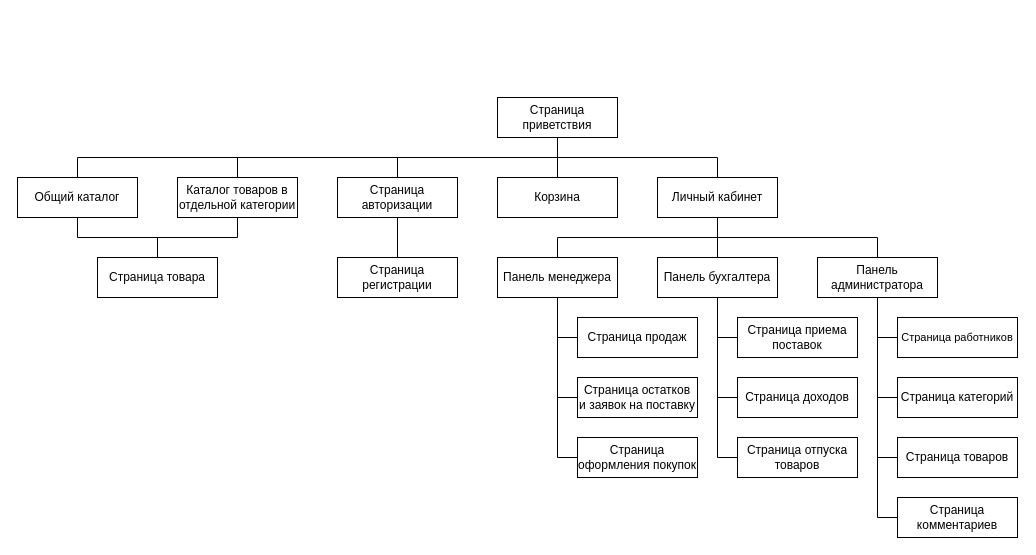
Above: other/Сайт.drawio in chidleev/MyRoom2 (draw.io), before the change. Source tidied: cells renumbered, new cells numbered last; positions are measured from the earlier drawing's top-left corner, leaving out a move shared by most shapes. Both pictures are drawn from the tidied source at 100%, with x=0, y=0 at pixel (17, 97).
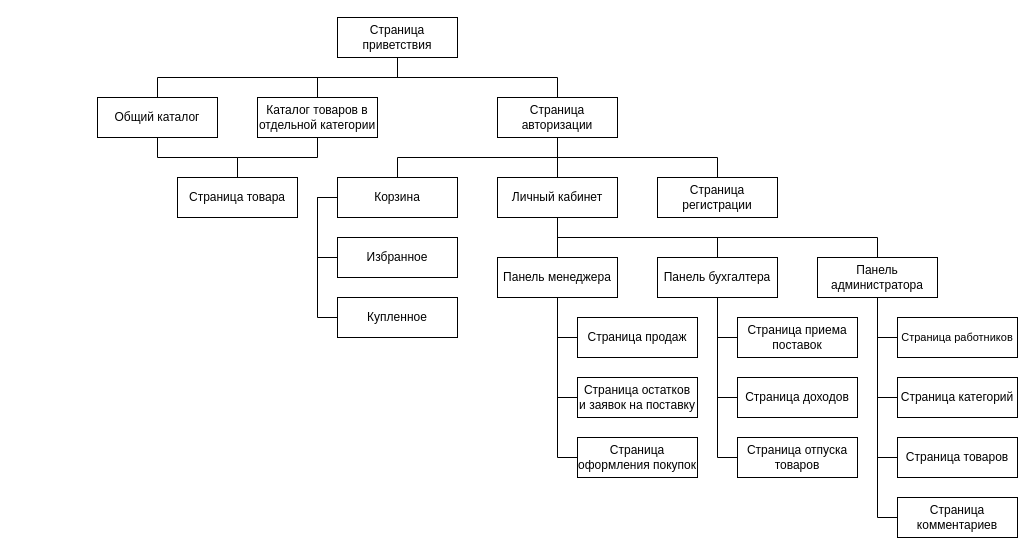
After the change.

What changed in the source:
```diff
@@
+    <mxCell id="3" style="edgeStyle=orthogonalEdgeStyle;rounded=0;jettySize=auto;html=1;exitX=0.5;exitY=1;exitDx=0;exitDy=0;entryX=0.5;entryY=0;entryDx=0;entryDy=0;endArrow=none;endFill=0;" parent="1" edge="1" source="7" target="11">
+      <mxGeometry relative="1" as="geometry" />
+    </mxCell>
@@
-    <mxCell id="3" style="edgeStyle=orthogonalEdgeStyle;rounded=0;jettySize=auto;html=1;exitX=0.5;exitY=1;exitDx=0;exitDy=0;entryX=0.5;entryY=0;entryDx=0;entryDy=0;endArrow=none;endFill=0;" parent="1" edge="1" source="7" target="11">
-      <mxGeometry relative="1" as="geometry" />
-    </mxCell>
@@
-    <mxCell id="5" style="edgeStyle=orthogonalEdgeStyle;rounded=0;jettySize=auto;html=1;exitX=0.5;exitY=1;exitDx=0;exitDy=0;entryX=0.5;entryY=0;entryDx=0;entryDy=0;endArrow=none;endFill=0;" parent="1" edge="1" source="7" target="15">
-      <mxGeometry relative="1" as="geometry" />
-    </mxCell>
-    <mxCell id="6" style="edgeStyle=orthogonalEdgeStyle;rounded=0;jettySize=auto;html=1;exitX=0.5;exitY=1;exitDx=0;exitDy=0;entryX=0.5;entryY=0;entryDx=0;entryDy=0;endArrow=none;endFill=0;" parent="1" edge="1" source="7" target="19">
-      <mxGeometry relative="1" as="geometry" />
-    </mxCell>
     <mxCell id="7" value="Страница приветствия" style="rounded=0;whiteSpace=wrap;html=1;" parent="1" vertex="1">
-      <mxGeometry x="480" width="120" height="40" as="geometry" />
+      <mxGeometry x="320" y="-80" width="120" height="40" as="geometry" />
     </mxCell>
@@
     <mxCell id="9" value="Общий каталог" style="rounded=0;whiteSpace=wrap;html=1;" parent="1" vertex="1">
-      <mxGeometry y="80" width="120" height="40" as="geometry" />
+      <mxGeometry x="80" width="120" height="40" as="geometry" />
     </mxCell>
-    <mxCell id="10" style="edgeStyle=orthogonalEdgeStyle;rounded=0;jettySize=auto;html=1;exitX=0.5;exitY=1;exitDx=0;exitDy=0;entryX=0.5;entryY=0;entryDx=0;entryDy=0;fontSize=9;endArrow=none;endFill=0;" parent="1" edge="1" source="11" target="43">
+    <mxCell id="10" style="edgeStyle=orthogonalEdgeStyle;rounded=0;jettySize=auto;html=1;entryX=0.5;entryY=0;entryDx=0;entryDy=0;fontSize=9;endArrow=none;endFill=0;" parent="1" edge="1" source="11" target="43">
       <mxGeometry relative="1" as="geometry" />
     </mxCell>
     <mxCell id="11" value="Каталог товаров в отдельной категории" style="whiteSpace=wrap;html=1;rounded=0;" parent="1" vertex="1">
-      <mxGeometry x="160" y="80" width="120" height="40" as="geometry" />
+      <mxGeometry x="240" width="120" height="40" as="geometry" />
     </mxCell>
     <mxCell id="12" value="Страница регистрации" style="whiteSpace=wrap;html=1;rounded=0;" parent="1" vertex="1">
-      <mxGeometry x="320" y="160" width="120" height="40" as="geometry" />
+      <mxGeometry x="640" y="80" width="120" height="40" as="geometry" />
     </mxCell>
     <mxCell id="13" style="edgeStyle=orthogonalEdgeStyle;rounded=0;jettySize=auto;html=1;exitX=0.5;exitY=1;exitDx=0;exitDy=0;entryX=0.5;entryY=0;entryDx=0;entryDy=0;endArrow=none;endFill=0;" parent="1" edge="1" source="14" target="12">
-      <mxGeometry relative="1" as="geometry" />
+      <mxGeometry relative="1" as="geometry">
+        <Array as="points">
+          <mxPoint x="540" y="60" />
+          <mxPoint x="700" y="60" />
+        </Array>
+      </mxGeometry>
     </mxCell>
+    <mxCell id="44" style="edgeStyle=orthogonalEdgeStyle;rounded=0;jettySize=auto;html=1;exitX=0.5;exitY=1;exitDx=0;exitDy=0;entryX=0.5;entryY=0;entryDx=0;entryDy=0;endArrow=none;endFill=0;" parent="1" edge="1" source="14" target="15">
+      <mxGeometry relative="1" as="geometry" />
+    </mxCell>
+    <mxCell id="45" style="edgeStyle=orthogonalEdgeStyle;rounded=0;jettySize=auto;html=1;exitX=0.5;exitY=1;exitDx=0;exitDy=0;entryX=0.5;entryY=0;entryDx=0;entryDy=0;endArrow=none;endFill=0;" parent="1" edge="1" source="14" target="19">
+      <mxGeometry relative="1" as="geometry" />
+    </mxCell>
     <mxCell id="14" value="Страница авторизации" style="whiteSpace=wrap;html=1;rounded=0;" parent="1" vertex="1">
-      <mxGeometry x="320" y="80" width="120" height="40" as="geometry" />
+      <mxGeometry x="480" width="120" height="40" as="geometry" />
     </mxCell>
+    <mxCell id="46" style="edgeStyle=orthogonalEdgeStyle;rounded=0;jettySize=auto;html=1;endArrow=none;endFill=0;entryX=0;entryY=0.5;entryDx=0;entryDy=0;exitX=0;exitY=0.5;exitDx=0;exitDy=0;" parent="1" edge="1" source="15" target="48">
+      <mxGeometry relative="1" as="geometry" />
+    </mxCell>
+    <mxCell id="47" style="edgeStyle=orthogonalEdgeStyle;rounded=0;jettySize=auto;html=1;endArrow=none;endFill=0;exitX=0;exitY=0.5;exitDx=0;exitDy=0;" parent="1" edge="1" source="15" target="49">
+      <mxGeometry relative="1" as="geometry">
+        <Array as="points">
+          <mxPoint x="300" y="100" />
+          <mxPoint x="300" y="220" />
+        </Array>
+      </mxGeometry>
+    </mxCell>
     <mxCell id="15" value="&lt;font style=&quot;font-size: 12px&quot;&gt;Корзина&lt;/font&gt;" style="rounded=0;whiteSpace=wrap;html=1;fontSize=9;" parent="1" vertex="1">
-      <mxGeometry x="480" y="80" width="120" height="40" as="geometry" />
+      <mxGeometry x="320" y="80" width="120" height="40" as="geometry" />
     </mxCell>
@@
     <mxCell id="19" value="Личный кабинет" style="whiteSpace=wrap;html=1;rounded=0;" parent="1" vertex="1">
-      <mxGeometry x="640" y="80" width="120" height="40" as="geometry" />
+      <mxGeometry x="480" y="80" width="120" height="40" as="geometry" />
     </mxCell>
@@
     <mxCell id="43" value="Страница товара" style="whiteSpace=wrap;html=1;rounded=0;" parent="1" vertex="1">
-      <mxGeometry x="80" y="160" width="120" height="40" as="geometry" />
+      <mxGeometry x="160" y="80" width="120" height="40" as="geometry" />
     </mxCell>
+    <mxCell id="48" value="&lt;font style=&quot;font-size: 12px&quot;&gt;Избранное&lt;/font&gt;" style="rounded=0;whiteSpace=wrap;html=1;fontSize=9;" parent="1" vertex="1">
+      <mxGeometry x="320" y="140" width="120" height="40" as="geometry" />
+    </mxCell>
+    <mxCell id="49" value="&lt;font style=&quot;font-size: 12px&quot;&gt;Купленное&lt;/font&gt;" style="rounded=0;whiteSpace=wrap;html=1;fontSize=9;" parent="1" vertex="1">
+      <mxGeometry x="320" y="200" width="120" height="40" as="geometry" />
+    </mxCell>
```
